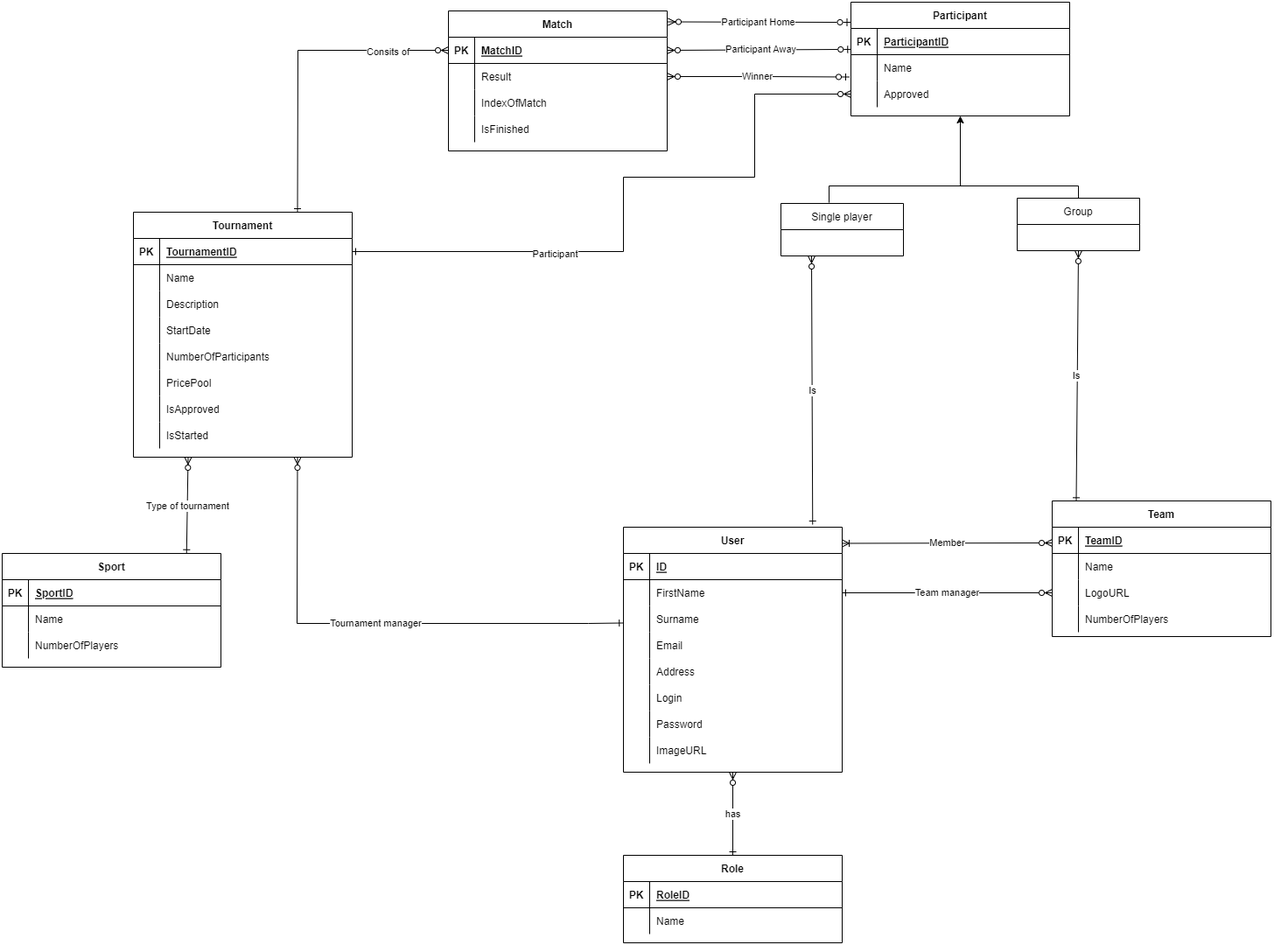
Above: docs/ERDiagram.png in pat0s/vut-iis-project (draw.io), before the change. Source tidied: cells renumbered, new cells last; positions are measured from the earlier drawing's top-left corner, leaving out a move shared by most shapes.
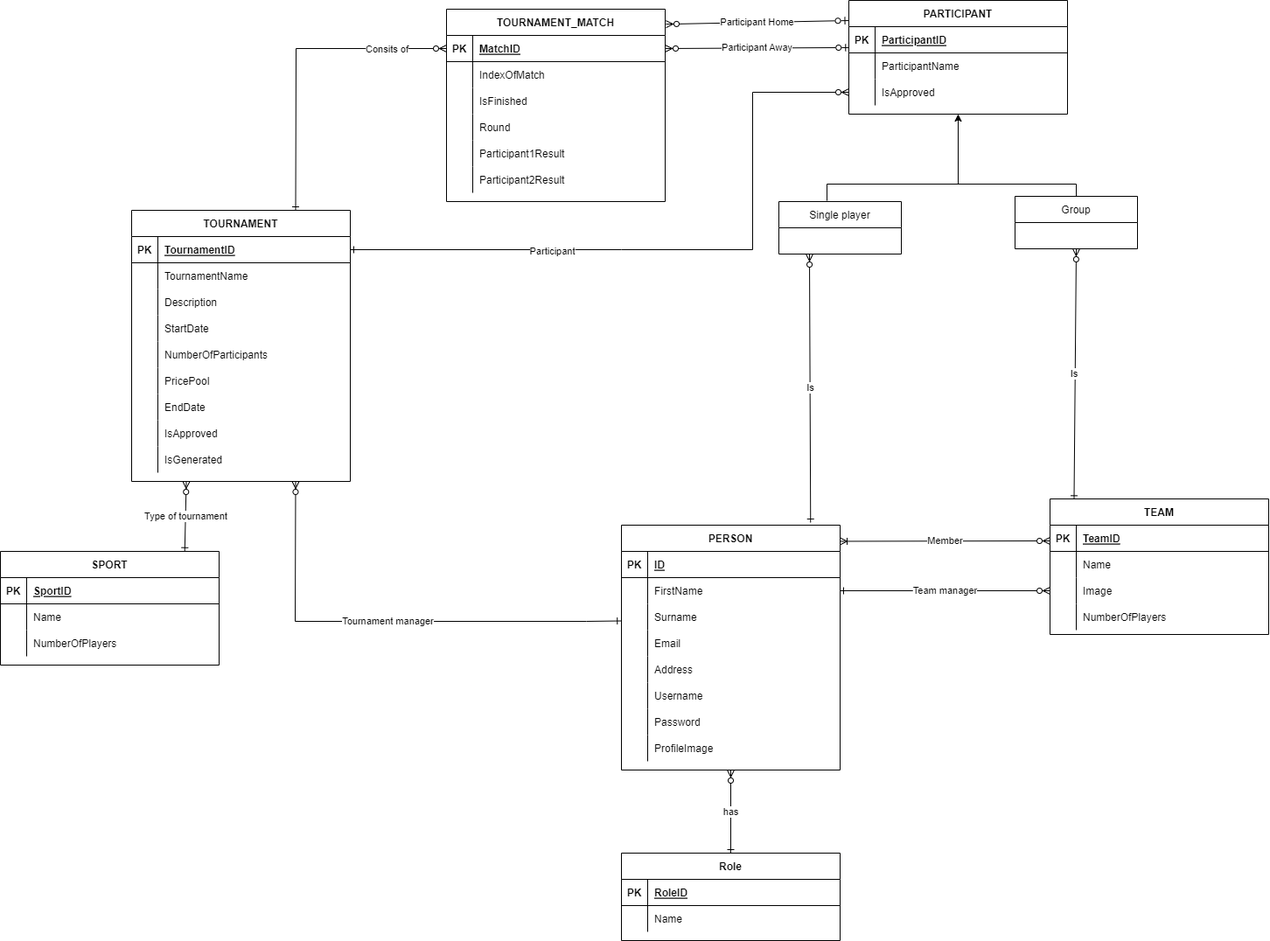
The same file after the commit.

Commit message:
feat: add new DB scheme image and ERD

The edit, as a diff of the source:
```diff
@@ -2,7 +2,7 @@
   <root>
     <mxCell id="0" />
     <mxCell id="1" parent="0" />
-    <mxCell id="2" value="User" style="shape=table;startSize=30;rowLines=0;fontStyle=1;align=center;" parent="1" vertex="1">
+    <mxCell id="2" value="PERSON" style="shape=table;startSize=30;rowLines=0;fontStyle=1;align=center;" parent="1" vertex="1">
       <mxGeometry x="710" y="600" width="250" height="280" as="geometry" />
     </mxCell>
     <mxCell id="3" style="shape=partialRectangle;fillColor=none;top=0;left=0;right=0;bottom=1;" parent="2" vertex="1">
@@ -56,7 +56,7 @@
     <mxCell id="19" style="shape=partialRectangle;overflow=hidden;fillColor=none;top=0;left=0;bottom=0;right=0;" parent="18" vertex="1">
       <mxGeometry width="30" height="30" as="geometry" />
     </mxCell>
-    <mxCell id="20" value="Login" style="shape=partialRectangle;overflow=hidden;fillColor=none;top=0;left=0;bottom=0;right=0;align=left;spacingLeft=6;" parent="18" vertex="1">
+    <mxCell id="20" value="Username" style="shape=partialRectangle;overflow=hidden;fillColor=none;top=0;left=0;bottom=0;right=0;align=left;spacingLeft=6;" parent="18" vertex="1">
       <mxGeometry x="30" width="220" height="30" as="geometry" />
     </mxCell>
     <mxCell id="21" style="shape=partialRectangle;fillColor=none;top=0;left=0;right=0;bottom=0;" parent="2" vertex="1">
@@ -74,11 +74,11 @@
     <mxCell id="25" style="shape=partialRectangle;overflow=hidden;fillColor=none;top=0;left=0;bottom=0;right=0;" parent="24" vertex="1">
       <mxGeometry width="30" height="30" as="geometry" />
     </mxCell>
-    <mxCell id="26" value="ImageURL" style="shape=partialRectangle;overflow=hidden;fillColor=none;top=0;left=0;bottom=0;right=0;align=left;spacingLeft=6;" parent="24" vertex="1">
+    <mxCell id="26" value="ProfileImage" style="shape=partialRectangle;overflow=hidden;fillColor=none;top=0;left=0;bottom=0;right=0;align=left;spacingLeft=6;" parent="24" vertex="1">
       <mxGeometry x="30" width="220" height="30" as="geometry" />
     </mxCell>
-    <mxCell id="27" value="Tournament" style="shape=table;startSize=30;rowLines=0;fontStyle=1;align=center;" parent="1" vertex="1">
-      <mxGeometry x="150" y="240" width="250" height="280" as="geometry" />
+    <mxCell id="27" value="TOURNAMENT" style="shape=table;startSize=30;rowLines=0;fontStyle=1;align=center;" parent="1" vertex="1">
+      <mxGeometry x="150" y="240" width="250" height="310" as="geometry" />
     </mxCell>
     <mxCell id="28" style="shape=partialRectangle;fillColor=none;points=[[0,0.5],[1,0.5]];portConstraint=eastwest;top=0;left=0;right=0;bottom=1;" parent="27" vertex="1">
       <mxGeometry y="30" width="250" height="30" as="geometry" />
@@ -95,7 +95,7 @@
     <mxCell id="32" style="shape=partialRectangle;overflow=hidden;fillColor=none;top=0;left=0;bottom=0;right=0;" parent="31" vertex="1">
       <mxGeometry width="30" height="30" as="geometry" />
     </mxCell>
-    <mxCell id="33" value="Name " style="shape=partialRectangle;overflow=hidden;fillColor=none;top=0;left=0;bottom=0;right=0;align=left;spacingLeft=6;" parent="31" vertex="1">
+    <mxCell id="33" value="TournamentName " style="shape=partialRectangle;overflow=hidden;fillColor=none;top=0;left=0;bottom=0;right=0;align=left;spacingLeft=6;" parent="31" vertex="1">
       <mxGeometry x="30" width="220" height="30" as="geometry" />
     </mxCell>
     <mxCell id="34" style="shape=partialRectangle;fillColor=none;top=0;left=0;right=0;bottom=0;" parent="27" vertex="1">
@@ -134,8 +134,17 @@
     <mxCell id="45" value="PricePool" style="shape=partialRectangle;overflow=hidden;fillColor=none;top=0;left=0;bottom=0;right=0;align=left;spacingLeft=6;" parent="43" vertex="1">
       <mxGeometry x="30" width="220" height="30" as="geometry" />
     </mxCell>
+    <mxCell id="49" style="shape=partialRectangle;fillColor=none;top=0;left=0;right=0;bottom=0;" parent="27" vertex="1">
+      <mxGeometry y="210" width="250" height="30" as="geometry" />
+    </mxCell>
+    <mxCell id="50" style="shape=partialRectangle;overflow=hidden;fillColor=none;top=0;left=0;bottom=0;right=0;" parent="49" vertex="1">
+      <mxGeometry width="30" height="30" as="geometry" />
+    </mxCell>
+    <mxCell id="51" value="EndDate" style="shape=partialRectangle;overflow=hidden;fillColor=none;top=0;left=0;bottom=0;right=0;align=left;spacingLeft=6;" parent="49" vertex="1">
+      <mxGeometry x="30" width="220" height="30" as="geometry" />
+    </mxCell>
     <mxCell id="46" style="shape=partialRectangle;fillColor=none;top=0;left=0;right=0;bottom=0;" parent="27" vertex="1">
-      <mxGeometry y="210" width="250" height="30" as="geometry" />
+      <mxGeometry y="240" width="250" height="30" as="geometry" />
     </mxCell>
     <mxCell id="47" style="shape=partialRectangle;overflow=hidden;fillColor=none;top=0;left=0;bottom=0;right=0;" parent="46" vertex="1">
       <mxGeometry width="30" height="30" as="geometry" />
@@ -143,16 +152,16 @@
     <mxCell id="48" value="IsApproved" style="shape=partialRectangle;overflow=hidden;fillColor=none;top=0;left=0;bottom=0;right=0;align=left;spacingLeft=6;" parent="46" vertex="1">
       <mxGeometry x="30" width="220" height="30" as="geometry" />
     </mxCell>
-    <mxCell id="49" style="shape=partialRectangle;fillColor=none;top=0;left=0;right=0;bottom=0;" parent="27" vertex="1">
-      <mxGeometry y="240" width="250" height="30" as="geometry" />
-    </mxCell>
-    <mxCell id="50" style="shape=partialRectangle;overflow=hidden;fillColor=none;top=0;left=0;bottom=0;right=0;" parent="49" vertex="1">
-      <mxGeometry width="30" height="30" as="geometry" />
-    </mxCell>
-    <mxCell id="51" value="IsStarted" style="shape=partialRectangle;overflow=hidden;fillColor=none;top=0;left=0;bottom=0;right=0;align=left;spacingLeft=6;" parent="49" vertex="1">
-      <mxGeometry x="30" width="220" height="30" as="geometry" />
-    </mxCell>
+    <mxCell id="123" style="shape=partialRectangle;fillColor=none;top=0;left=0;right=0;bottom=0;" parent="27" vertex="1">
+      <mxGeometry y="270" width="250" height="30" as="geometry" />
+    </mxCell>
+    <mxCell id="124" style="shape=partialRectangle;overflow=hidden;fillColor=none;top=0;left=0;bottom=0;right=0;" parent="123" vertex="1">
+      <mxGeometry width="30" height="30" as="geometry" />
+    </mxCell>
+    <mxCell id="125" value="IsGenerated" style="shape=partialRectangle;overflow=hidden;fillColor=none;top=0;left=0;bottom=0;right=0;align=left;spacingLeft=6;" parent="123" vertex="1">
+      <mxGeometry x="30" width="220" height="30" as="geometry" />
+    </mxCell>
-    <mxCell id="52" value="Team" style="shape=table;startSize=30;rowLines=0;fontStyle=1;align=center;" parent="1" vertex="1">
+    <mxCell id="52" value="TEAM" style="shape=table;startSize=30;rowLines=0;fontStyle=1;align=center;" parent="1" vertex="1">
       <mxGeometry x="1200" y="570" width="250" height="155" as="geometry" />
     </mxCell>
     <mxCell id="53" style="shape=partialRectangle;fillColor=none;top=0;left=0;right=0;bottom=1;" parent="52" vertex="1">
@@ -179,7 +188,7 @@
     <mxCell id="60" style="shape=partialRectangle;overflow=hidden;fillColor=none;top=0;left=0;bottom=0;right=0;" parent="59" vertex="1">
       <mxGeometry width="30" height="30" as="geometry" />
     </mxCell>
-    <mxCell id="61" value="LogoURL" style="shape=partialRectangle;overflow=hidden;fillColor=none;top=0;left=0;bottom=0;right=0;align=left;spacingLeft=6;" parent="59" vertex="1">
+    <mxCell id="61" value="Image" style="shape=partialRectangle;overflow=hidden;fillColor=none;top=0;left=0;bottom=0;right=0;align=left;spacingLeft=6;" parent="59" vertex="1">
       <mxGeometry x="30" width="220" height="30" as="geometry" />
     </mxCell>
     <mxCell id="62" style="shape=partialRectangle;fillColor=none;top=0;left=0;right=0;bottom=0;" parent="52" vertex="1">
@@ -191,8 +200,8 @@
     <mxCell id="64" value="NumberOfPlayers " style="shape=partialRectangle;overflow=hidden;fillColor=none;top=0;left=0;bottom=0;right=0;align=left;spacingLeft=6;" parent="62" vertex="1">
       <mxGeometry x="30" width="220" height="30" as="geometry" />
     </mxCell>
-    <mxCell id="65" value="Match" style="shape=table;startSize=30;rowLines=0;fontStyle=1;align=center;" parent="1" vertex="1">
-      <mxGeometry x="510" y="10" width="250" height="160" as="geometry" />
+    <mxCell id="65" value="TOURNAMENT_MATCH" style="shape=table;startSize=30;rowLines=0;fontStyle=1;align=center;" parent="1" vertex="1">
+      <mxGeometry x="510" y="10" width="250" height="220" as="geometry" />
     </mxCell>
     <mxCell id="66" style="shape=partialRectangle;fillColor=none;points=[[0,0.5],[1,0.5]];portConstraint=eastwest;top=0;left=0;right=0;bottom=1;" parent="65" vertex="1">
       <mxGeometry y="30" width="250" height="30" as="geometry" />
@@ -203,17 +212,8 @@
     <mxCell id="68" value="MatchID" style="shape=partialRectangle;overflow=hidden;fillColor=none;top=0;left=0;bottom=0;right=0;align=left;spacingLeft=6;fontStyle=5;" parent="66" vertex="1">
       <mxGeometry x="30" width="220" height="30" as="geometry" />
     </mxCell>
-    <mxCell id="69" style="shape=partialRectangle;fillColor=none;points=[[0,0.5],[1,0.5]];portConstraint=eastwest;top=0;left=0;right=0;bottom=0;" parent="65" vertex="1">
-      <mxGeometry y="60" width="250" height="30" as="geometry" />
-    </mxCell>
-    <mxCell id="70" style="shape=partialRectangle;overflow=hidden;fillColor=none;top=0;left=0;bottom=0;right=0;" parent="69" vertex="1">
-      <mxGeometry width="30" height="30" as="geometry" />
-    </mxCell>
-    <mxCell id="71" value="Result" style="shape=partialRectangle;overflow=hidden;fillColor=none;top=0;left=0;bottom=0;right=0;align=left;spacingLeft=6;" parent="69" vertex="1">
-      <mxGeometry x="30" width="220" height="30" as="geometry" />
-    </mxCell>
     <mxCell id="72" style="shape=partialRectangle;fillColor=none;top=0;left=0;right=0;bottom=0;" parent="65" vertex="1">
-      <mxGeometry y="90" width="250" height="30" as="geometry" />
+      <mxGeometry y="60" width="250" height="30" as="geometry" />
     </mxCell>
     <mxCell id="73" style="shape=partialRectangle;overflow=hidden;fillColor=none;top=0;left=0;bottom=0;right=0;" parent="72" vertex="1">
       <mxGeometry width="30" height="30" as="geometry" />
@@ -222,7 +222,7 @@
       <mxGeometry x="30" width="220" height="30" as="geometry" />
     </mxCell>
     <mxCell id="75" style="shape=partialRectangle;fillColor=none;top=0;left=0;right=0;bottom=0;" parent="65" vertex="1">
-      <mxGeometry y="120" width="250" height="30" as="geometry" />
+      <mxGeometry y="90" width="250" height="30" as="geometry" />
     </mxCell>
     <mxCell id="76" style="shape=partialRectangle;overflow=hidden;fillColor=none;top=0;left=0;bottom=0;right=0;" parent="75" vertex="1">
       <mxGeometry width="30" height="30" as="geometry" />
@@ -230,7 +230,34 @@
     <mxCell id="77" value="IsFinished" style="shape=partialRectangle;overflow=hidden;fillColor=none;top=0;left=0;bottom=0;right=0;align=left;spacingLeft=6;" parent="75" vertex="1">
       <mxGeometry x="30" width="220" height="30" as="geometry" />
     </mxCell>
+    <mxCell id="126" style="shape=partialRectangle;fillColor=none;top=0;left=0;right=0;bottom=0;" parent="65" vertex="1">
+      <mxGeometry y="120" width="250" height="30" as="geometry" />
+    </mxCell>
+    <mxCell id="127" style="shape=partialRectangle;overflow=hidden;fillColor=none;top=0;left=0;bottom=0;right=0;" parent="126" vertex="1">
+      <mxGeometry width="30" height="30" as="geometry" />
+    </mxCell>
+    <mxCell id="128" value="Round" style="shape=partialRectangle;overflow=hidden;fillColor=none;top=0;left=0;bottom=0;right=0;align=left;spacingLeft=6;" parent="126" vertex="1">
+      <mxGeometry x="30" width="220" height="30" as="geometry" />
+    </mxCell>
+    <mxCell id="129" style="shape=partialRectangle;fillColor=none;top=0;left=0;right=0;bottom=0;" parent="65" vertex="1">
+      <mxGeometry y="150" width="250" height="30" as="geometry" />
+    </mxCell>
+    <mxCell id="130" style="shape=partialRectangle;overflow=hidden;fillColor=none;top=0;left=0;bottom=0;right=0;" parent="129" vertex="1">
+      <mxGeometry width="30" height="30" as="geometry" />
+    </mxCell>
+    <mxCell id="131" value="Participant1Result" style="shape=partialRectangle;overflow=hidden;fillColor=none;top=0;left=0;bottom=0;right=0;align=left;spacingLeft=6;" parent="129" vertex="1">
+      <mxGeometry x="30" width="220" height="30" as="geometry" />
+    </mxCell>
+    <mxCell id="132" style="shape=partialRectangle;fillColor=none;top=0;left=0;right=0;bottom=0;" parent="65" vertex="1">
+      <mxGeometry y="180" width="250" height="30" as="geometry" />
+    </mxCell>
+    <mxCell id="133" style="shape=partialRectangle;overflow=hidden;fillColor=none;top=0;left=0;bottom=0;right=0;" parent="132" vertex="1">
+      <mxGeometry width="30" height="30" as="geometry" />
+    </mxCell>
+    <mxCell id="134" value="Participant2Result" style="shape=partialRectangle;overflow=hidden;fillColor=none;top=0;left=0;bottom=0;right=0;align=left;spacingLeft=6;" parent="132" vertex="1">
+      <mxGeometry x="30" width="220" height="30" as="geometry" />
+    </mxCell>
-    <mxCell id="78" value="Participant" style="shape=table;startSize=30;rowLines=0;fontStyle=1;align=center;" parent="1" vertex="1">
+    <mxCell id="78" value="PARTICIPANT" style="shape=table;startSize=30;rowLines=0;fontStyle=1;align=center;" parent="1" vertex="1">
       <mxGeometry x="970" width="250" height="130" as="geometry" />
     </mxCell>
     <mxCell id="79" style="shape=partialRectangle;fillColor=none;points=[[0,0.5],[1,0.5]];portConstraint=eastwest;top=0;left=0;right=0;bottom=1;" parent="78" vertex="1">
@@ -248,7 +275,7 @@
     <mxCell id="83" style="shape=partialRectangle;overflow=hidden;fillColor=none;top=0;left=0;bottom=0;right=0;" parent="82" vertex="1">
       <mxGeometry width="30" height="30" as="geometry" />
     </mxCell>
-    <mxCell id="84" value="Name    " style="shape=partialRectangle;overflow=hidden;fillColor=none;top=0;left=0;bottom=0;right=0;align=left;spacingLeft=6;" parent="82" vertex="1">
+    <mxCell id="84" value="ParticipantName    " style="shape=partialRectangle;overflow=hidden;fillColor=none;top=0;left=0;bottom=0;right=0;align=left;spacingLeft=6;" parent="82" vertex="1">
       <mxGeometry x="30" width="220" height="30" as="geometry" />
     </mxCell>
     <mxCell id="85" style="shape=partialRectangle;fillColor=none;points=[[0,0.5],[1,0.5]];portConstraint=eastwest;top=0;left=0;right=0;bottom=0;" parent="78" vertex="1">
@@ -257,7 +284,7 @@
     <mxCell id="86" style="shape=partialRectangle;overflow=hidden;fillColor=none;top=0;left=0;bottom=0;right=0;" parent="85" vertex="1">
       <mxGeometry width="30" height="30" as="geometry" />
     </mxCell>
-    <mxCell id="87" value="Approved" style="shape=partialRectangle;overflow=hidden;fillColor=none;top=0;left=0;bottom=0;right=0;align=left;spacingLeft=6;" parent="85" vertex="1">
+    <mxCell id="87" value="IsApproved" style="shape=partialRectangle;overflow=hidden;fillColor=none;top=0;left=0;bottom=0;right=0;align=left;spacingLeft=6;" parent="85" vertex="1">
       <mxGeometry x="30" width="220" height="30" as="geometry" />
     </mxCell>
     <mxCell id="88" value="Team manager" style="endArrow=ERone;html=1;rounded=0;exitX=0;exitY=0.5;exitDx=0;exitDy=0;entryX=1;entryY=0.5;entryDx=0;entryDy=0;startArrow=ERzeroToMany;startFill=0;endFill=0;" parent="1" edge="1" source="59" target="6">
@@ -320,8 +347,7 @@
       <mxGeometry relative="1" as="geometry">
         <Array as="points">
           <mxPoint x="710" y="285" />
-          <mxPoint x="710" y="200" />
-          <mxPoint x="860" y="200" />
+          <mxPoint x="860" y="285" />
           <mxPoint x="860" y="105" />
         </Array>
       </mxGeometry>
@@ -329,7 +355,7 @@
     <mxCell id="100" value="Participant" style="edgeLabel;html=1;align=center;verticalAlign=middle;" parent="99" vertex="1">
       <mxGeometry x="-0.39" y="-1" relative="1" as="geometry" />
     </mxCell>
-    <mxCell id="101" value="Sport" style="shape=table;startSize=30;rowLines=0;fontStyle=1;align=center;" parent="1" vertex="1">
+    <mxCell id="101" value="SPORT" style="shape=table;startSize=30;rowLines=0;fontStyle=1;align=center;" parent="1" vertex="1">
       <mxGeometry y="630" width="250" height="130" as="geometry" />
     </mxCell>
     <mxCell id="102" style="shape=partialRectangle;fillColor=none;top=0;left=0;right=0;bottom=1;" parent="101" vertex="1">
@@ -362,7 +388,7 @@
     <mxCell id="111" value="Type of tournament" style="endArrow=ERzeroToMany;html=1;rounded=0;exitX=0.843;exitY=-0.002;exitDx=0;exitDy=0;endFill=0;startArrow=ERone;startFill=0;entryX=0.25;entryY=1;entryDx=0;entryDy=0;exitPerimeter=0;" parent="1" edge="1" source="101" target="27">
       <mxGeometry relative="1" as="geometry" />
     </mxCell>
-    <mxCell id="112" value="Winner" style="endArrow=ERzeroToOne;html=1;rounded=0;exitX=1;exitY=0.5;exitDx=0;exitDy=0;startArrow=ERzeroToMany;startFill=0;endFill=0;entryX=-0.008;entryY=0.85;entryDx=0;entryDy=0;entryPerimeter=0;" parent="1" edge="1" source="69" target="82">
+    <mxCell id="112" value="Winner" style="endArrow=ERzeroToOne;html=1;rounded=0;exitX=1;exitY=0.5;exitDx=0;exitDy=0;startArrow=ERzeroToMany;startFill=0;endFill=0;entryX=-0.008;entryY=0.85;entryDx=0;entryDy=0;entryPerimeter=0;" parent="1" edge="1" source="x" target="82">
       <mxGeometry relative="1" as="geometry">
         <Array as="points">
           <mxPoint x="870" y="85" />
```
